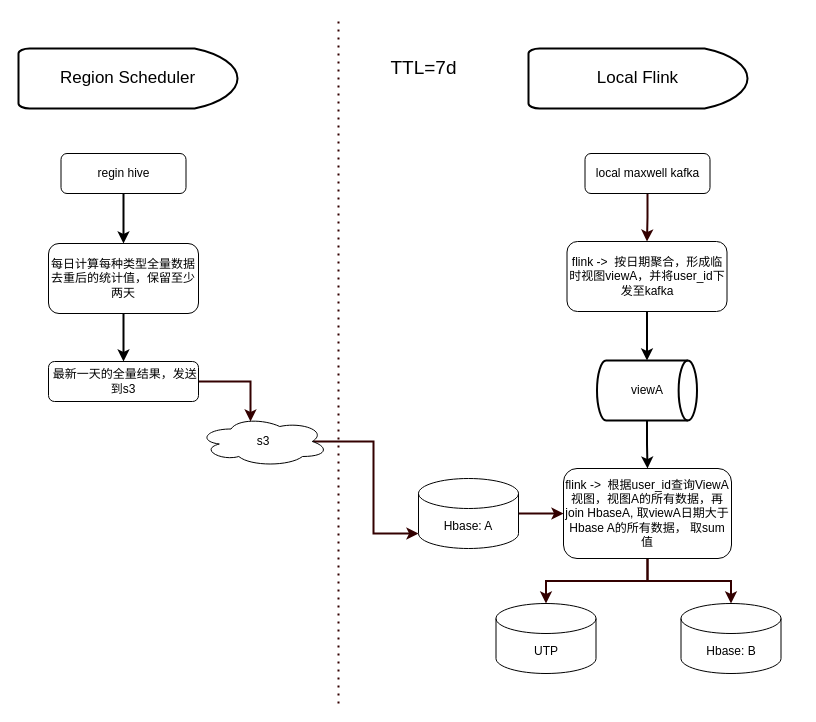
The draw.io diagram 未命名绘图.drawio in LadyTao/flink-study, before the edit. Source tidied: cells renumbered, new cells numbered last; positions are measured from the earlier drawing's top-left corner, leaving out a move shared by most shapes. Both pictures are drawn from the tidied source at 100%, with x=0, y=0 at pixel (18, 18).
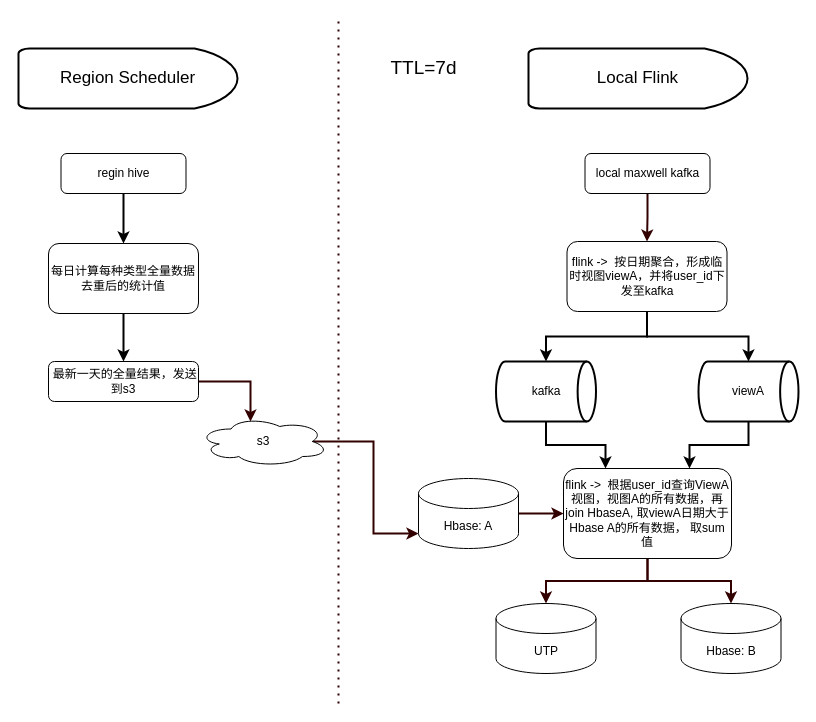
Above is the later version.

Commit message:
更新未命名绘图.drawio

The change refers to these unchanged cells:
```xml
<mxCell id="13" value="flink -&amp;gt;&amp;nbsp; 按日期聚合，形成临时视图viewA，并将user_id下发至kafka" style="rounded=1;whiteSpace=wrap;html=1;" parent="1" vertex="1">
  <mxGeometry x="548.5" y="223" width="160" height="70" as="geometry" />
</mxCell>
<mxCell id="16" value="flink -&amp;gt;&amp;nbsp; 根据user_id查询ViewA视图，视图A的所有数据，再join HbaseA, 取viewA日期大于Hbase A的所有数据， 取sum值" style="rounded=1;whiteSpace=wrap;html=1;" parent="1" vertex="1">
  <mxGeometry x="545" y="450" width="168" height="90" as="geometry" />
</mxCell>
```

The edit, as a diff of the source:
```diff
@@
-    <mxCell id="7" value="每日计算每种类型全量数据去重后的统计值，保留至少两天" style="rounded=1;whiteSpace=wrap;html=1;" parent="1" vertex="1">
+    <mxCell id="7" value="每日计算每种类型全量数据去重后的统计值" style="rounded=1;whiteSpace=wrap;html=1;" parent="1" vertex="1">
       <mxGeometry x="30" y="225" width="150" height="70" as="geometry" />
     </mxCell>
@@
+    <mxCell id="27" style="edgeStyle=orthogonalEdgeStyle;rounded=0;jettySize=auto;html=1;exitX=0.5;exitY=1;exitDx=0;exitDy=0;entryX=0.5;entryY=0;entryDx=0;entryDy=0;entryPerimeter=0;strokeWidth=2;" parent="1" edge="1" source="13" target="29">
+      <mxGeometry relative="1" as="geometry" />
+    </mxCell>
@@
-    <mxCell id="19" style="edgeStyle=orthogonalEdgeStyle;rounded=0;jettySize=auto;html=1;exitX=0.5;exitY=1;exitDx=0;exitDy=0;exitPerimeter=0;strokeWidth=2;" parent="1" edge="1" source="20" target="16">
+    <mxCell id="19" style="edgeStyle=orthogonalEdgeStyle;rounded=0;jettySize=auto;html=1;exitX=0.5;exitY=1;exitDx=0;exitDy=0;exitPerimeter=0;entryX=0.75;entryY=0;entryDx=0;entryDy=0;strokeWidth=2;" parent="1" edge="1" source="20" target="16">
       <mxGeometry relative="1" as="geometry" />
     </mxCell>
     <mxCell id="20" value="viewA" style="strokeWidth=2;html=1;shape=mxgraph.flowchart.direct_data;whiteSpace=wrap;" parent="1" vertex="1">
-      <mxGeometry x="578.5" y="342" width="100" height="60" as="geometry" />
+      <mxGeometry x="680" y="343" width="100" height="60" as="geometry" />
     </mxCell>
@@
+    <mxCell id="28" style="edgeStyle=orthogonalEdgeStyle;rounded=0;jettySize=auto;html=1;exitX=0.5;exitY=1;exitDx=0;exitDy=0;exitPerimeter=0;entryX=0.25;entryY=0;entryDx=0;entryDy=0;strokeWidth=2;" parent="1" edge="1" source="29" target="16">
+      <mxGeometry relative="1" as="geometry" />
+    </mxCell>
+    <mxCell id="29" value="kafka" style="strokeWidth=2;html=1;shape=mxgraph.flowchart.direct_data;whiteSpace=wrap;" parent="1" vertex="1">
+      <mxGeometry x="477.5" y="343" width="100" height="60" as="geometry" />
+    </mxCell>
```
